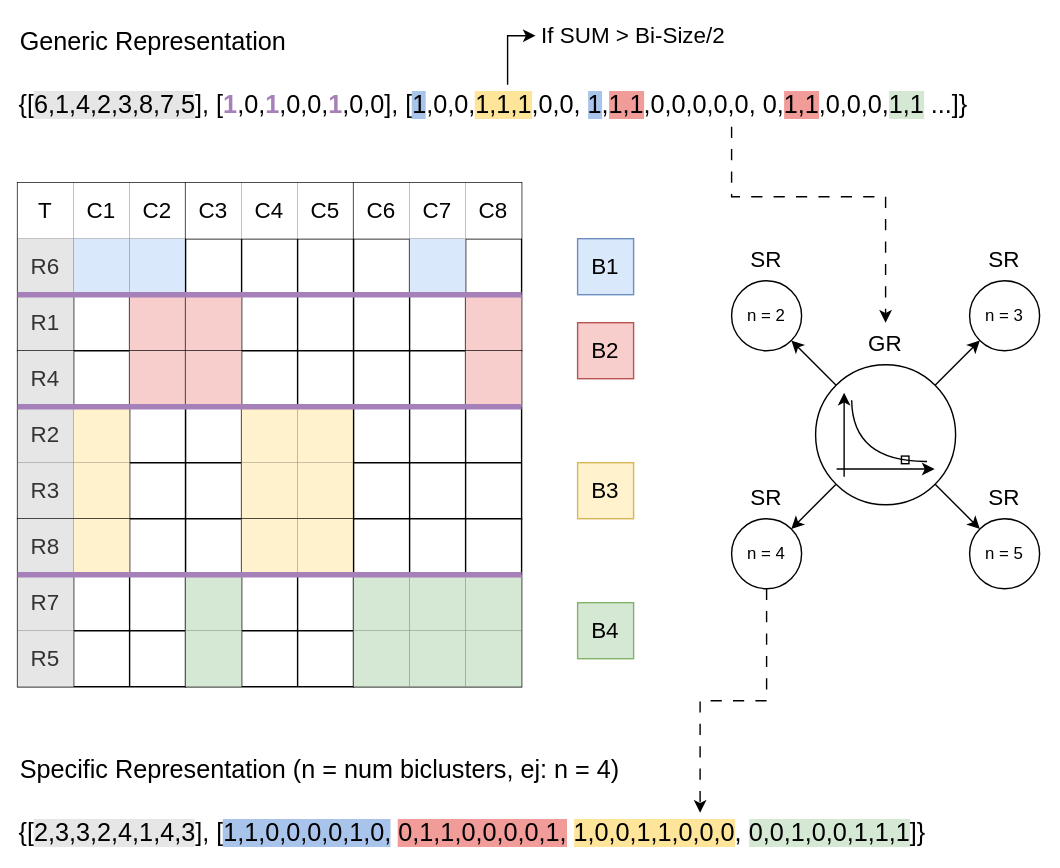
Above: docs/diagram.svg in AdrianSeguraOrtiz/MOEBA-BIO (draw.io), before the change. Source tidied: cells renumbered, new cells last; positions are measured from the earlier drawing's top-left corner, leaving out a move shared by most shapes.
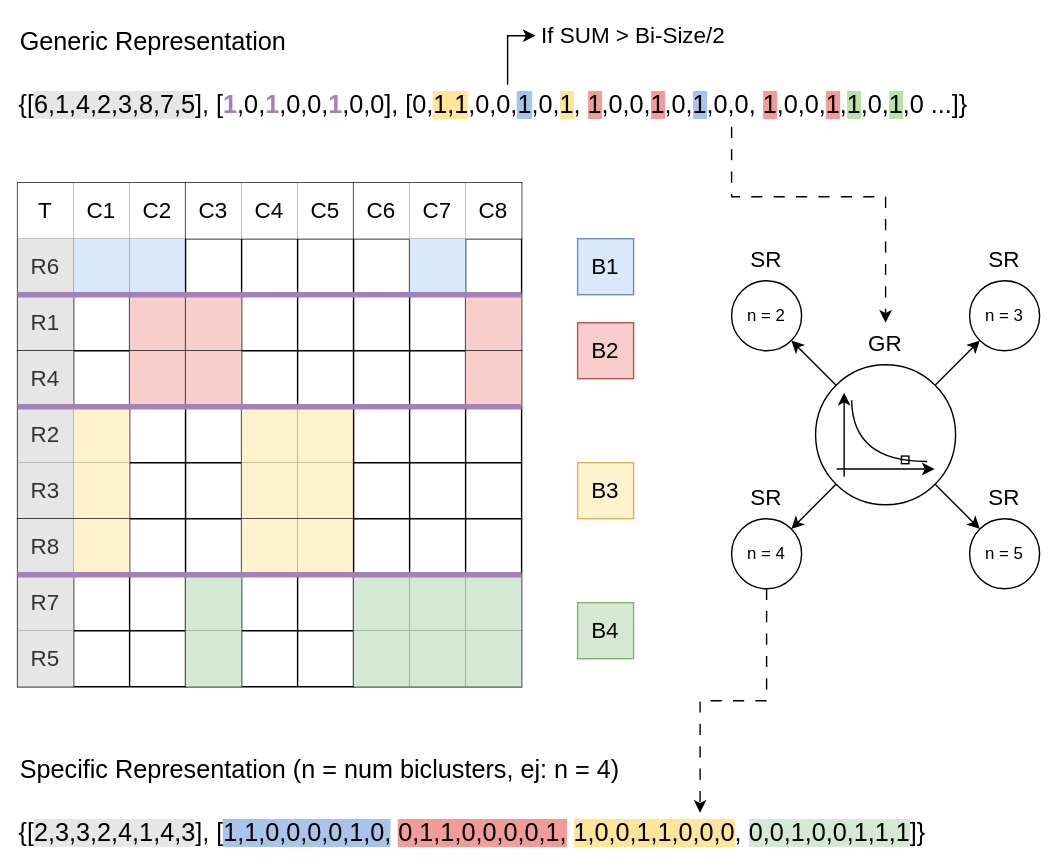
The same file after the commit.

Change to the diagram source:
```diff
@@ -391,7 +391,7 @@
         </Array>
       </mxGeometry>
     </mxCell>
-    <mxCell id="127" value="&lt;font style=&quot;font-size: 18px;&quot;&gt;{[&lt;span style=&quot;background-color: rgb(230, 230, 230);&quot;&gt;6,1,4,2,3,8,7,5&lt;/span&gt;], [&lt;font color=&quot;#a680b8&quot;&gt;&lt;b&gt;1&lt;/b&gt;&lt;/font&gt;,0,&lt;font color=&quot;#a680b8&quot;&gt;&lt;b&gt;1&lt;/b&gt;&lt;/font&gt;,0,0,&lt;font color=&quot;#a680b8&quot;&gt;&lt;b&gt;1&lt;/b&gt;&lt;/font&gt;,0,0], [&lt;span style=&quot;background-color: rgb(169, 196, 235);&quot;&gt;1&lt;/span&gt;,0,0,&lt;span style=&quot;background-color: rgb(255, 229, 153);&quot;&gt;1,1,1&lt;/span&gt;,0,0, &lt;span style=&quot;background-color: rgb(169, 196, 235);&quot;&gt;1&lt;/span&gt;,&lt;span style=&quot;background-color: rgb(241, 156, 153);&quot;&gt;1,1&lt;/span&gt;,0,0,0,0,0, 0,&lt;span style=&quot;background-color: rgb(241, 156, 153);&quot;&gt;1,1&lt;/span&gt;,0,0,0,&lt;span style=&quot;background-color: rgb(213, 232, 212);&quot;&gt;1,1&lt;/span&gt; ...]}&lt;/font&gt;" style="text;html=1;strokeColor=none;fillColor=none;align=center;verticalAlign=middle;whiteSpace=wrap;rounded=0;" parent="1" vertex="1">
+    <mxCell id="127" value="&lt;font style=&quot;&quot;&gt;&lt;span style=&quot;font-size: 18px;&quot;&gt;{[&lt;/span&gt;&lt;span style=&quot;font-size: 18px; background-color: rgb(230, 230, 230);&quot;&gt;6,1,4,2,3,8,7,5&lt;/span&gt;&lt;span style=&quot;font-size: 18px;&quot;&gt;], [&lt;/span&gt;&lt;font style=&quot;font-size: 18px;&quot; color=&quot;#a680b8&quot;&gt;&lt;b&gt;1&lt;/b&gt;&lt;/font&gt;&lt;span style=&quot;font-size: 18px;&quot;&gt;,0,&lt;/span&gt;&lt;font style=&quot;font-size: 18px;&quot; color=&quot;#a680b8&quot;&gt;&lt;b&gt;1&lt;/b&gt;&lt;/font&gt;&lt;span style=&quot;font-size: 18px;&quot;&gt;,0,0,&lt;/span&gt;&lt;font style=&quot;font-size: 18px;&quot; color=&quot;#a680b8&quot;&gt;&lt;b&gt;1&lt;/b&gt;&lt;/font&gt;&lt;span style=&quot;font-size: 18px;&quot;&gt;,0,0], [0,&lt;span style=&quot;background-color: rgb(255, 229, 153);&quot;&gt;1,1&lt;/span&gt;,0,0,&lt;span style=&quot;background-color: rgb(169, 196, 235);&quot;&gt;1&lt;/span&gt;,0,&lt;span style=&quot;background-color: rgb(255, 229, 153);&quot;&gt;1&lt;/span&gt;, &lt;span style=&quot;background-color: rgb(241, 156, 153);&quot;&gt;1&lt;/span&gt;,0,0,&lt;span style=&quot;background-color: rgb(241, 156, 153);&quot;&gt;1&lt;/span&gt;,0,&lt;span style=&quot;background-color: rgb(169, 196, 235);&quot;&gt;1&lt;/span&gt;,0,0, &lt;span style=&quot;background-color: rgb(241, 156, 153);&quot;&gt;1&lt;/span&gt;,0,0,&lt;span style=&quot;background-color: rgb(241, 156, 153);&quot;&gt;1&lt;/span&gt;,&lt;span style=&quot;background-color: rgb(185, 224, 165);&quot;&gt;1&lt;/span&gt;,0,&lt;span style=&quot;background-color: rgb(185, 224, 165);&quot;&gt;1&lt;/span&gt;,0&amp;nbsp;...]}&lt;/span&gt;&lt;/font&gt;" style="text;html=1;strokeColor=none;fillColor=none;align=center;verticalAlign=middle;whiteSpace=wrap;rounded=0;" parent="1" vertex="1">
       <mxGeometry y="50" width="680" height="30" as="geometry" />
     </mxCell>
     <mxCell id="128" value="&lt;font style=&quot;font-size: 16px;&quot;&gt;If SUM &amp;gt; Bi-Size/2&lt;/font&gt;" style="text;html=1;strokeColor=none;fillColor=none;align=center;verticalAlign=middle;whiteSpace=wrap;rounded=0;" parent="1" vertex="1">
```
